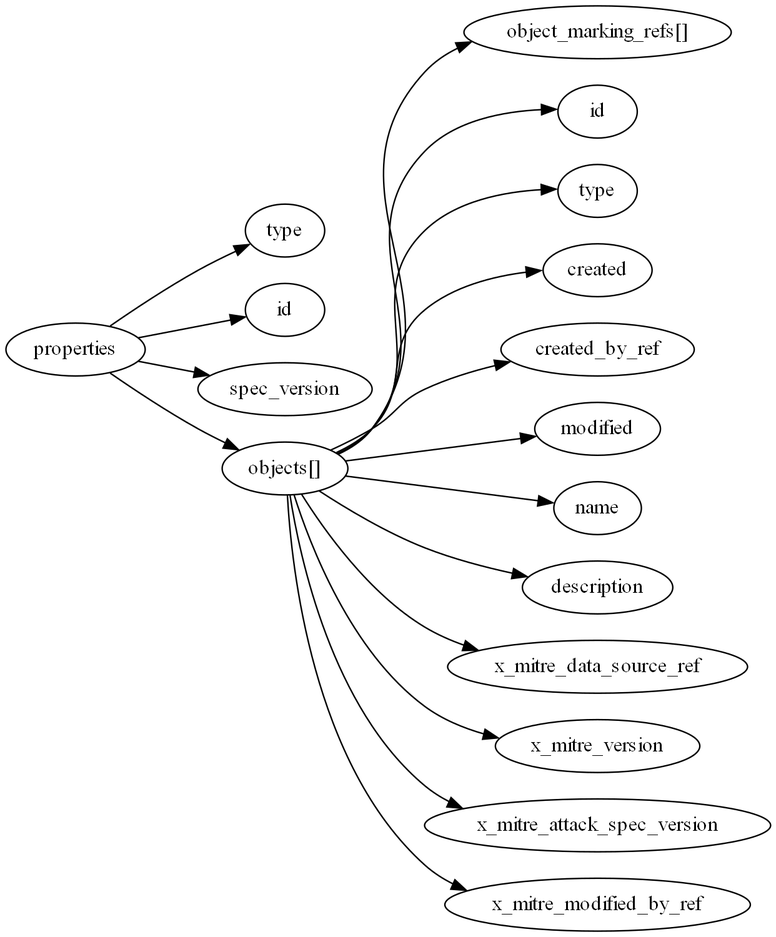
whitfieldsdad/json-kit keeps this Graphviz diagram as resources/example-data/json/stix2/mitre-attack/png/x-mitre-data-component.png. Above is the earlier version. Its source is kept beside it as resources/example-data/json/stix2/mitre-attack/dot/x-mitre-data-component.dot. Its diagram source:
```dot
digraph {
    graph [rankdir=LR]
    "id" [label="id"]
    "objects" [label="objects[]"]
    "objects.created" [label="created"]
    "objects.created_by_ref" [label="created_by_ref"]
    "objects.description" [label="description"]
    "objects.id" [label="id"]
    "objects.modified" [label="modified"]
    "objects.name" [label="name"]
    "objects.object_marking_refs" [label="object_marking_refs[]"]
    "objects.type" [label="type"]
    "objects.x_mitre_attack_spec_version" [label="x_mitre_attack_spec_version"]
    "objects.x_mitre_data_source_ref" [label="x_mitre_data_source_ref"]
    "objects.x_mitre_modified_by_ref" [label="x_mitre_modified_by_ref"]
    "objects.x_mitre_version" [label="x_mitre_version"]
    "spec_version" [label="spec_version"]
    "type" [label="type"]
    "properties" -> "type"
    "properties" -> "id"
    "properties" -> "spec_version"
    "properties" -> "objects"
    "objects" -> "objects.object_marking_refs"
    "objects" -> "objects.id"
    "objects" -> "objects.type"
    "objects" -> "objects.created"
    "objects" -> "objects.created_by_ref"
    "objects" -> "objects.modified"
    "objects" -> "objects.name"
    "objects" -> "objects.description"
    "objects" -> "objects.x_mitre_data_source_ref"
    "objects" -> "objects.x_mitre_version"
    "objects" -> "objects.x_mitre_attack_spec_version"
    "objects" -> "objects.x_mitre_modified_by_ref"
}
```
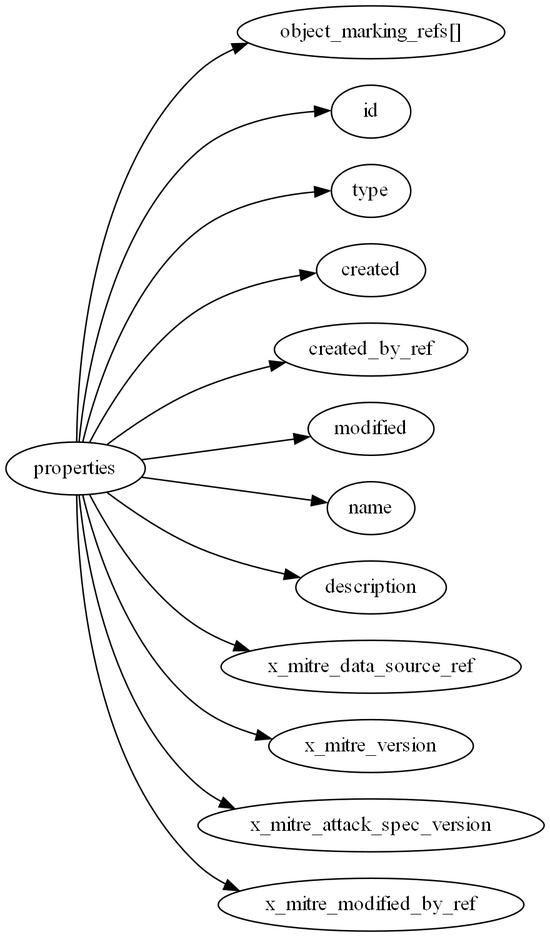
The same file after the commit.

Diff of the diagram source:
```diff
@@ -1,35 +1,27 @@
 digraph {
     graph [rankdir=LR]
+    "created" [label="created"]
+    "created_by_ref" [label="created_by_ref"]
+    "description" [label="description"]
     "id" [label="id"]
-    "objects" [label="objects[]"]
-    "objects.created" [label="created"]
-    "objects.created_by_ref" [label="created_by_ref"]
-    "objects.description" [label="description"]
-    "objects.id" [label="id"]
-    "objects.modified" [label="modified"]
-    "objects.name" [label="name"]
-    "objects.object_marking_refs" [label="object_marking_refs[]"]
-    "objects.type" [label="type"]
-    "objects.x_mitre_attack_spec_version" [label="x_mitre_attack_spec_version"]
-    "objects.x_mitre_data_source_ref" [label="x_mitre_data_source_ref"]
-    "objects.x_mitre_modified_by_ref" [label="x_mitre_modified_by_ref"]
-    "objects.x_mitre_version" [label="x_mitre_version"]
-    "spec_version" [label="spec_version"]
+    "modified" [label="modified"]
+    "name" [label="name"]
+    "object_marking_refs" [label="object_marking_refs[]"]
     "type" [label="type"]
+    "x_mitre_attack_spec_version" [label="x_mitre_attack_spec_version"]
+    "x_mitre_data_source_ref" [label="x_mitre_data_source_ref"]
+    "x_mitre_modified_by_ref" [label="x_mitre_modified_by_ref"]
+    "x_mitre_version" [label="x_mitre_version"]
+    "properties" -> "object_marking_refs"
+    "properties" -> "id"
     "properties" -> "type"
-    "properties" -> "id"
-    "properties" -> "spec_version"
-    "properties" -> "objects"
-    "objects" -> "objects.object_marking_refs"
-    "objects" -> "objects.id"
-    "objects" -> "objects.type"
-    "objects" -> "objects.created"
-    "objects" -> "objects.created_by_ref"
-    "objects" -> "objects.modified"
-    "objects" -> "objects.name"
-    "objects" -> "objects.description"
-    "objects" -> "objects.x_mitre_data_source_ref"
-    "objects" -> "objects.x_mitre_version"
-    "objects" -> "objects.x_mitre_attack_spec_version"
-    "objects" -> "objects.x_mitre_modified_by_ref"
+    "properties" -> "created"
+    "properties" -> "created_by_ref"
+    "properties" -> "modified"
+    "properties" -> "name"
+    "properties" -> "description"
+    "properties" -> "x_mitre_data_source_ref"
+    "properties" -> "x_mitre_version"
+    "properties" -> "x_mitre_attack_spec_version"
+    "properties" -> "x_mitre_modified_by_ref"
 }
```
